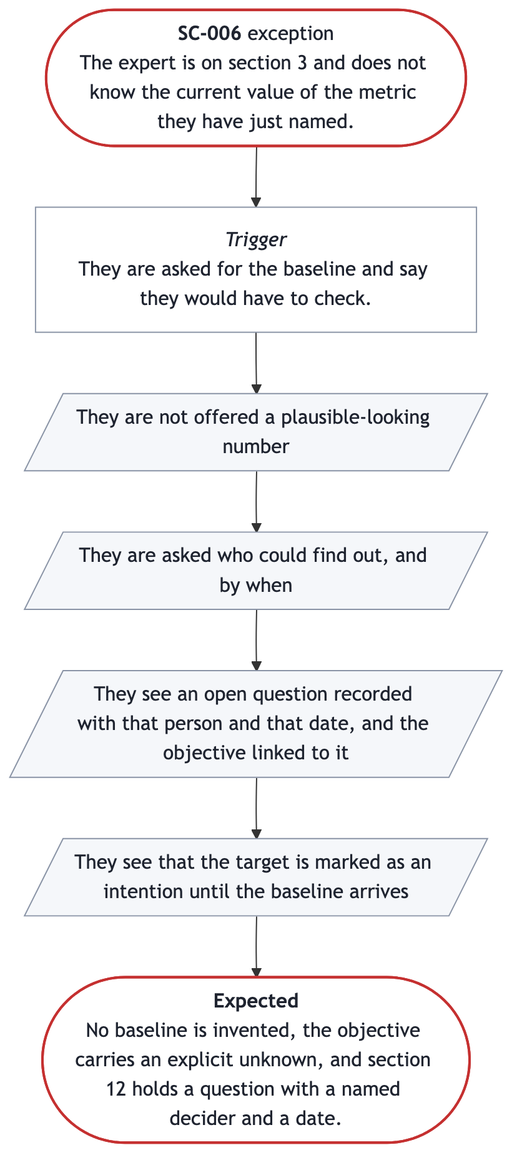
Earlier version of the Mermaid export docs/prd/prd-forge/diagrams/SC-006.png (SpillwaveSolutions/prd-forge). Its source is kept beside it as docs/prd/prd-forge/diagrams/SC-006.mmd.
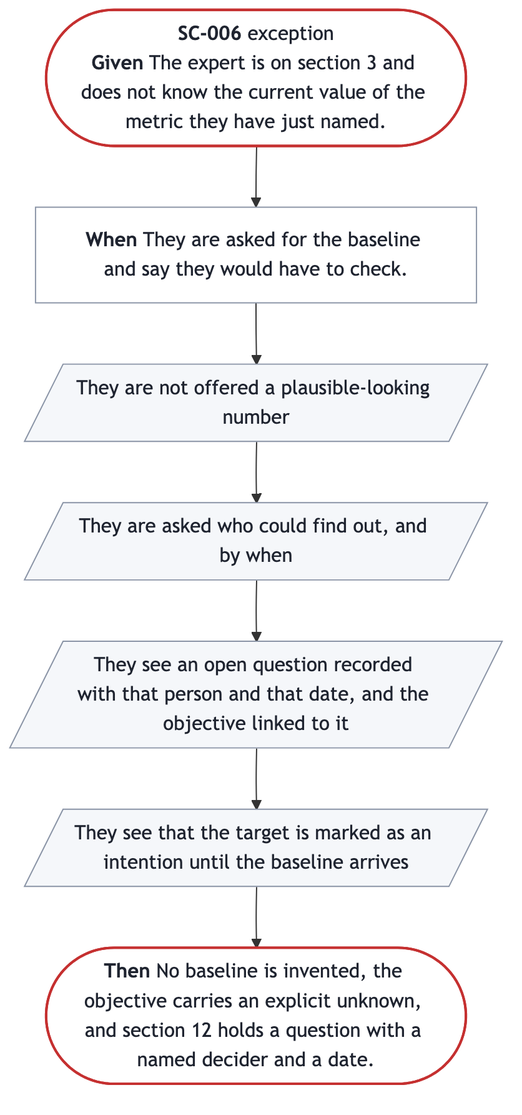
The same file after the commit.

What changed in the source:
```diff
@@ -1,12 +1,12 @@
 %%{init: {"flowchart": {"wrappingWidth": 300}}}%%
 flowchart TB
-  start(["<b>SC-006</b> exception<br/>The expert is on section 3 and does not know the current value of the metric they have just named."])
-  trigger["<i>Trigger</i><br/>They are asked for the baseline and say they would have to check."]
+  start(["<b>SC-006</b> exception<br/><b>Given</b> The expert is on section 3 and does not know the current value of the metric they have just named."])
+  trigger["<b>When</b> They are asked for the baseline and say they would have to check."]
   s0[/"They are not offered a plausible-looking number"/]
   s1[/"They are asked who could find out, and by when"/]
   s2[/"They see an open question recorded with that person and that date, and the objective linked to it"/]
   s3[/"They see that the target is marked as an intention until the baseline arrives"/]
-  done(["<b>Expected</b><br/>No baseline is invented, the objective carries an explicit unknown, and section 12 holds a question with a named decider and a date."])
+  done(["<b>Then</b> No baseline is invented, the objective carries an explicit unknown, and section 12 holds a question with a named decider and a date."])
   start --> trigger --> s0 --> s1 --> s2 --> s3 --> done
   classDef ends fill:#FFFFFF,stroke:#C53030,stroke-width:2px,color:#1F2430
   classDef sees fill:#F5F7FA,stroke:#8A94A6,color:#1F2430
```
